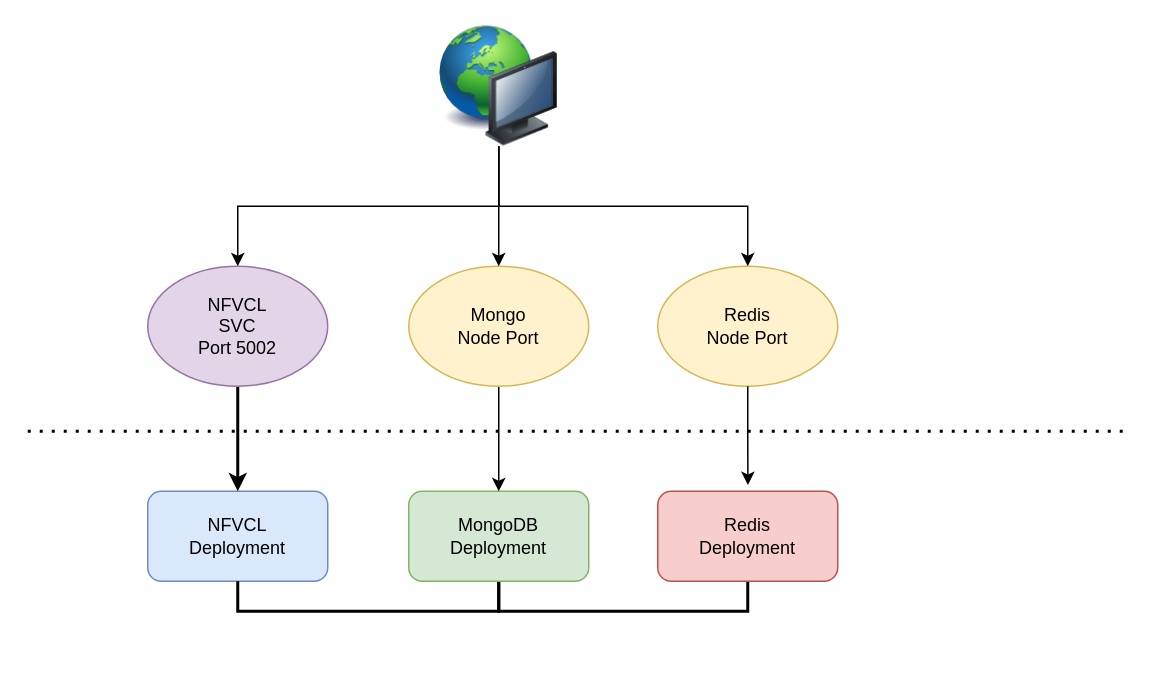
Above: page "Helm-Chart" (10 of 10) of docs/diagrams/NVFCL-diagrams.drawio in s2n-cnit/nfvcl-ng (draw.io), before the change. Source tidied: cells renumbered, new cells numbered last; positions are measured from the earlier drawing's top-left corner, leaving out a move shared by most shapes. Both pictures are drawn from the tidied source at 150%, with x=0, y=0 at pixel (27, 26).
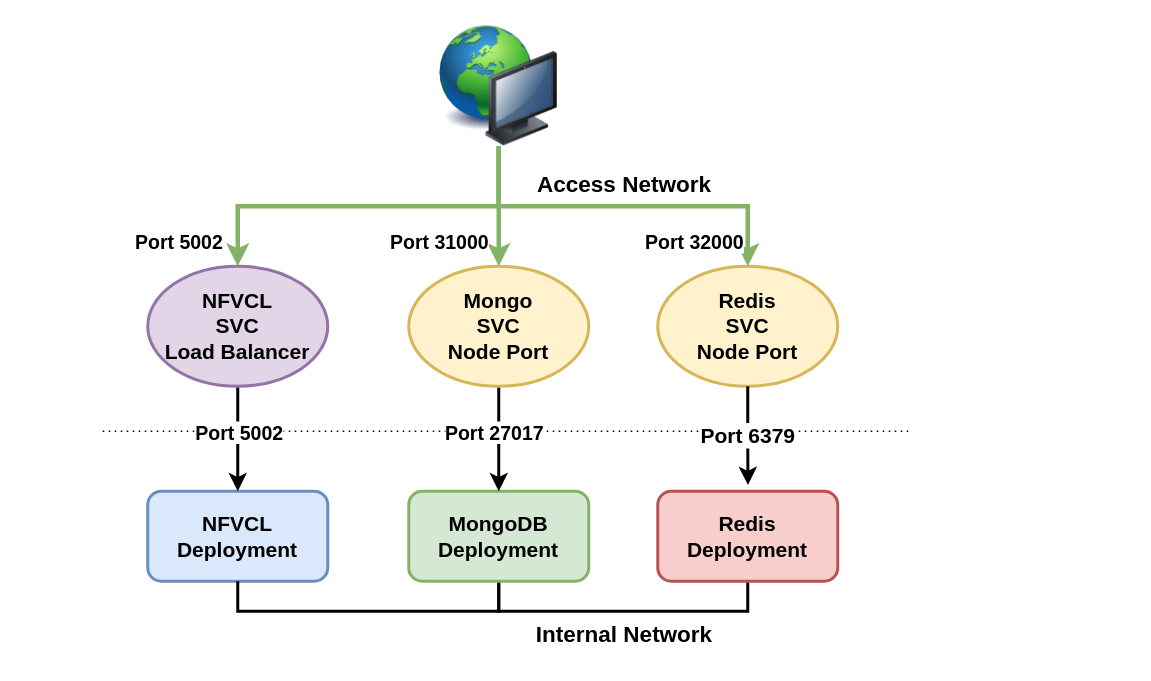
After the change.

The change refers to these unchanged cells:
```xml
<mxCell id="16" style="image;html=1;image=img/lib/clip_art/computers/Network_128x128.png;" parent="1" vertex="1">
  <mxGeometry x="274" width="80" height="80" as="geometry" />
</mxCell>
```

Change to the diagram source:
```diff
@@
-    <mxCell id="2" style="endArrow=none;dashed=1;html=1;dashPattern=1 3;strokeWidth=2;rounded=0;" parent="1" edge="1">
+    <mxCell id="2" style="endArrow=none;dashed=1;html=1;dashPattern=1 3;strokeWidth=1;rounded=0;fontSize=11;" parent="1" edge="1">
       <mxGeometry relative="1" as="geometry">
-        <mxPoint y="270" as="sourcePoint" />
-        <mxPoint x="730" y="270" as="targetPoint" />
+        <mxPoint x="50" y="270" as="sourcePoint" />
+        <mxPoint x="590" y="270" as="targetPoint" />
       </mxGeometry>
     </mxCell>
-    <mxCell id="3" value="NFVCL&lt;div&gt;Deployment&lt;/div&gt;" style="rounded=1;whiteSpace=wrap;html=1;fillColor=#dae8fc;strokeColor=#6c8ebf;" parent="1" vertex="1">
+    <mxCell id="3" value="NFVCL&lt;div style=&quot;font-size: 14px;&quot;&gt;Deployment&lt;/div&gt;" style="rounded=1;whiteSpace=wrap;html=1;fillColor=#dae8fc;strokeColor=#6c8ebf;strokeWidth=2;fontStyle=1;fontSize=14;" parent="1" vertex="1">
       <mxGeometry x="80" y="310" width="120" height="60" as="geometry" />
     </mxCell>
-    <mxCell id="4" style="edgeStyle=orthogonalEdgeStyle;rounded=0;jettySize=auto;html=1;exitX=0.5;exitY=1;exitDx=0;exitDy=0;strokeWidth=2;" parent="1" edge="1" source="5" target="3">
+    <mxCell id="4" style="edgeStyle=orthogonalEdgeStyle;rounded=0;jettySize=auto;html=1;exitX=0.5;exitY=1;exitDx=0;exitDy=0;strokeWidth=2;fontStyle=1;fontSize=14;" parent="1" edge="1" source="5" target="3">
       <mxGeometry relative="1" as="geometry" />
     </mxCell>
+    <mxCell id="18" value="Port 5002" style="edgeLabel;html=1;align=center;verticalAlign=middle;fontStyle=1;fontSize=13;" parent="4" vertex="1">
+      <mxGeometry x="-0.43" y="1" relative="1" as="geometry">
+        <mxPoint x="-1" y="10" as="offset" />
+      </mxGeometry>
+    </mxCell>
-    <mxCell id="5" value="NFVCL&lt;div&gt;SVC&lt;/div&gt;&lt;div&gt;Port 5002&lt;/div&gt;" style="ellipse;whiteSpace=wrap;html=1;fillColor=#e1d5e7;strokeColor=#9673a6;" parent="1" vertex="1">
+    <mxCell id="5" value="NFVCL&lt;div style=&quot;font-size: 14px;&quot;&gt;SVC&lt;/div&gt;&lt;div style=&quot;font-size: 14px;&quot;&gt;Load Balancer&lt;/div&gt;" style="ellipse;whiteSpace=wrap;html=1;fillColor=#e1d5e7;strokeColor=#9673a6;fontStyle=1;fontSize=14;strokeWidth=2;" parent="1" vertex="1">
       <mxGeometry x="80" y="160" width="120" height="80" as="geometry" />
     </mxCell>
@@
-    <mxCell id="8" value="MongoDB&lt;div&gt;Deployment&lt;/div&gt;" style="rounded=1;whiteSpace=wrap;html=1;fillColor=#d5e8d4;strokeColor=#82b366;" parent="1" vertex="1">
+    <mxCell id="8" value="MongoDB&lt;div style=&quot;font-size: 14px;&quot;&gt;Deployment&lt;/div&gt;" style="rounded=1;whiteSpace=wrap;html=1;fillColor=#d5e8d4;strokeColor=#82b366;strokeWidth=2;fontStyle=1;fontSize=14;" parent="1" vertex="1">
       <mxGeometry x="254" y="310" width="120" height="60" as="geometry" />
     </mxCell>
-    <mxCell id="9" value="Redis&lt;div&gt;Deployment&lt;/div&gt;" style="rounded=1;whiteSpace=wrap;html=1;fillColor=#f8cecc;strokeColor=#b85450;" parent="1" vertex="1">
+    <mxCell id="9" value="Redis&lt;div style=&quot;font-size: 14px;&quot;&gt;Deployment&lt;/div&gt;" style="rounded=1;whiteSpace=wrap;html=1;fillColor=#f8cecc;strokeColor=#b85450;strokeWidth=2;fontStyle=1;fontSize=14;" parent="1" vertex="1">
       <mxGeometry x="420" y="310" width="120" height="60" as="geometry" />
     </mxCell>
-    <mxCell id="10" style="edgeStyle=orthogonalEdgeStyle;rounded=0;jettySize=auto;html=1;" parent="1" edge="1" source="11" target="8">
+    <mxCell id="10" style="edgeStyle=orthogonalEdgeStyle;rounded=0;jettySize=auto;html=1;strokeWidth=2;fontStyle=1;fontSize=14;" parent="1" edge="1" source="11" target="8">
       <mxGeometry relative="1" as="geometry" />
     </mxCell>
+    <mxCell id="19" value="Port 27017" style="edgeLabel;html=1;align=center;verticalAlign=middle;fontStyle=1;fontSize=13;" parent="10" vertex="1">
+      <mxGeometry x="-0.46" y="2" relative="1" as="geometry">
+        <mxPoint x="-6" y="11" as="offset" />
+      </mxGeometry>
+    </mxCell>
-    <mxCell id="11" value="Mongo&lt;br&gt;Node Port" style="ellipse;whiteSpace=wrap;html=1;fillColor=#fff2cc;strokeColor=#d6b656;" parent="1" vertex="1">
+    <mxCell id="11" value="Mongo&lt;div style=&quot;font-size: 14px;&quot;&gt;SVC&lt;br style=&quot;font-size: 14px;&quot;&gt;Node Port&lt;/div&gt;" style="ellipse;whiteSpace=wrap;html=1;fillColor=#fff2cc;strokeColor=#d6b656;fontStyle=1;fontSize=14;strokeWidth=2;" parent="1" vertex="1">
       <mxGeometry x="254" y="160" width="120" height="80" as="geometry" />
     </mxCell>
-    <mxCell id="12" value="Redis&lt;br&gt;Node Port" style="ellipse;whiteSpace=wrap;html=1;fillColor=#fff2cc;strokeColor=#d6b656;" parent="1" vertex="1">
+    <mxCell id="12" value="Redis&lt;div style=&quot;font-size: 14px;&quot;&gt;SVC&lt;br style=&quot;font-size: 14px;&quot;&gt;Node Port&lt;/div&gt;" style="ellipse;whiteSpace=wrap;html=1;fillColor=#fff2cc;strokeColor=#d6b656;fontStyle=1;fontSize=14;strokeWidth=2;" parent="1" vertex="1">
       <mxGeometry x="420" y="160" width="120" height="80" as="geometry" />
     </mxCell>
-    <mxCell id="13" style="edgeStyle=orthogonalEdgeStyle;rounded=0;jettySize=auto;html=1;exitX=0.5;exitY=1;exitDx=0;exitDy=0;" parent="1" edge="1" source="16" target="5">
+    <mxCell id="13" style="edgeStyle=orthogonalEdgeStyle;rounded=0;jettySize=auto;html=1;exitX=0.5;exitY=1;exitDx=0;exitDy=0;strokeWidth=3;fillColor=#d5e8d4;strokeColor=#82b366;" parent="1" edge="1" source="16" target="5">
       <mxGeometry relative="1" as="geometry" />
     </mxCell>
-    <mxCell id="14" style="edgeStyle=orthogonalEdgeStyle;rounded=0;jettySize=auto;html=1;exitX=0.5;exitY=1;exitDx=0;exitDy=0;" parent="1" edge="1" source="16" target="11">
+    <mxCell id="14" style="edgeStyle=orthogonalEdgeStyle;rounded=0;jettySize=auto;html=1;exitX=0.5;exitY=1;exitDx=0;exitDy=0;strokeWidth=3;fillColor=#d5e8d4;strokeColor=#82b366;" parent="1" edge="1" source="16" target="11">
       <mxGeometry relative="1" as="geometry" />
     </mxCell>
-    <mxCell id="15" style="edgeStyle=orthogonalEdgeStyle;rounded=0;jettySize=auto;html=1;exitX=0.5;exitY=1;exitDx=0;exitDy=0;entryX=0.5;entryY=0;entryDx=0;entryDy=0;" parent="1" edge="1" source="16" target="12">
+    <mxCell id="15" style="edgeStyle=orthogonalEdgeStyle;rounded=0;jettySize=auto;html=1;exitX=0.5;exitY=1;exitDx=0;exitDy=0;entryX=0.5;entryY=0;entryDx=0;entryDy=0;strokeWidth=3;fillColor=#d5e8d4;strokeColor=#82b366;" parent="1" edge="1" source="16" target="12">
       <mxGeometry relative="1" as="geometry" />
     </mxCell>
@@
-    <mxCell id="17" style="edgeStyle=orthogonalEdgeStyle;rounded=0;jettySize=auto;html=1;exitX=0.5;exitY=1;exitDx=0;exitDy=0;entryX=0.501;entryY=-0.069;entryDx=0;entryDy=0;entryPerimeter=0;" parent="1" edge="1" source="12" target="9">
+    <mxCell id="17" value="Port 6379" style="edgeStyle=orthogonalEdgeStyle;rounded=0;jettySize=auto;html=1;exitX=0.5;exitY=1;exitDx=0;exitDy=0;entryX=0.501;entryY=-0.069;entryDx=0;entryDy=0;entryPerimeter=0;strokeWidth=2;fontStyle=1;fontSize=14;" parent="1" edge="1" source="12" target="9">
       <mxGeometry relative="1" as="geometry" />
     </mxCell>
+    <mxCell id="20" value="&lt;span style=&quot;color: rgb(0, 0, 0); font-family: Helvetica; font-style: normal; font-variant-ligatures: normal; font-variant-caps: normal; letter-spacing: normal; orphans: 2; text-align: center; text-indent: 0px; text-transform: none; widows: 2; word-spacing: 0px; -webkit-text-stroke-width: 0px; white-space: nowrap; background-color: rgb(255, 255, 255); text-decoration-thickness: initial; text-decoration-style: initial; text-decoration-color: initial; float: none; display: inline !important; font-size: 13px;&quot;&gt;&lt;span style=&quot;font-size: 13px;&quot;&gt;&lt;font style=&quot;font-size: 13px;&quot;&gt;Port 5002&lt;/font&gt;&lt;/span&gt;&lt;/span&gt;" style="text;whiteSpace=wrap;html=1;fontSize=13;fontStyle=1;" parent="1" vertex="1">
+      <mxGeometry x="70" y="130" width="80" height="40" as="geometry" />
+    </mxCell>
+    <mxCell id="21" value="&lt;span style=&quot;color: rgb(0, 0, 0); font-family: Helvetica; font-style: normal; font-variant-ligatures: normal; font-variant-caps: normal; letter-spacing: normal; orphans: 2; text-align: center; text-indent: 0px; text-transform: none; widows: 2; word-spacing: 0px; -webkit-text-stroke-width: 0px; white-space: nowrap; background-color: rgb(255, 255, 255); text-decoration-thickness: initial; text-decoration-style: initial; text-decoration-color: initial; float: none; display: inline !important; font-size: 13px;&quot;&gt;&lt;span style=&quot;font-size: 13px;&quot;&gt;&lt;font style=&quot;font-size: 13px;&quot;&gt;Port 31000&lt;/font&gt;&lt;/span&gt;&lt;/span&gt;" style="text;whiteSpace=wrap;html=1;fontSize=13;fontStyle=1;" parent="1" vertex="1">
+      <mxGeometry x="240" y="130" width="80" height="40" as="geometry" />
+    </mxCell>
+    <mxCell id="22" value="&lt;span style=&quot;color: rgb(0, 0, 0); font-family: Helvetica; font-style: normal; font-variant-ligatures: normal; font-variant-caps: normal; letter-spacing: normal; orphans: 2; text-align: center; text-indent: 0px; text-transform: none; widows: 2; word-spacing: 0px; -webkit-text-stroke-width: 0px; white-space: nowrap; background-color: rgb(255, 255, 255); text-decoration-thickness: initial; text-decoration-style: initial; text-decoration-color: initial; float: none; display: inline !important; font-size: 13px;&quot;&gt;&lt;span style=&quot;font-size: 13px;&quot;&gt;&lt;font style=&quot;font-size: 13px;&quot;&gt;Port 32000&lt;/font&gt;&lt;/span&gt;&lt;/span&gt;&lt;div style=&quot;font-size: 13px;&quot;&gt;&lt;span style=&quot;color: rgb(0, 0, 0); font-family: Helvetica; font-style: normal; font-variant-ligatures: normal; font-variant-caps: normal; letter-spacing: normal; orphans: 2; text-align: center; text-indent: 0px; text-transform: none; widows: 2; word-spacing: 0px; -webkit-text-stroke-width: 0px; white-space: nowrap; background-color: rgb(255, 255, 255); text-decoration-thickness: initial; text-decoration-style: initial; text-decoration-color: initial; float: none; display: inline !important; font-size: 13px;&quot;&gt;&lt;span style=&quot;font-size: 13px;&quot;&gt;&lt;font style=&quot;font-size: 13px;&quot;&gt;&lt;br style=&quot;font-size: 13px;&quot;&gt;&lt;/font&gt;&lt;/span&gt;&lt;/span&gt;&lt;/div&gt;" style="text;whiteSpace=wrap;html=1;fontSize=13;fontStyle=1;" parent="1" vertex="1">
+      <mxGeometry x="410" y="130" width="80" height="40" as="geometry" />
+    </mxCell>
+    <mxCell id="23" value="&lt;b&gt;&lt;font style=&quot;font-size: 15px;&quot;&gt;Access Network&lt;/font&gt;&lt;/b&gt;" style="text;html=1;align=center;verticalAlign=middle;whiteSpace=wrap;rounded=0;" parent="1" vertex="1">
+      <mxGeometry x="330" y="90" width="136" height="30" as="geometry" />
+    </mxCell>
+    <mxCell id="24" value="&lt;b&gt;&lt;font style=&quot;font-size: 15px;&quot;&gt;Internal Network&lt;/font&gt;&lt;/b&gt;" style="text;html=1;align=center;verticalAlign=middle;whiteSpace=wrap;rounded=0;" parent="1" vertex="1">
+      <mxGeometry x="330" y="390" width="136" height="30" as="geometry" />
+    </mxCell>
```
